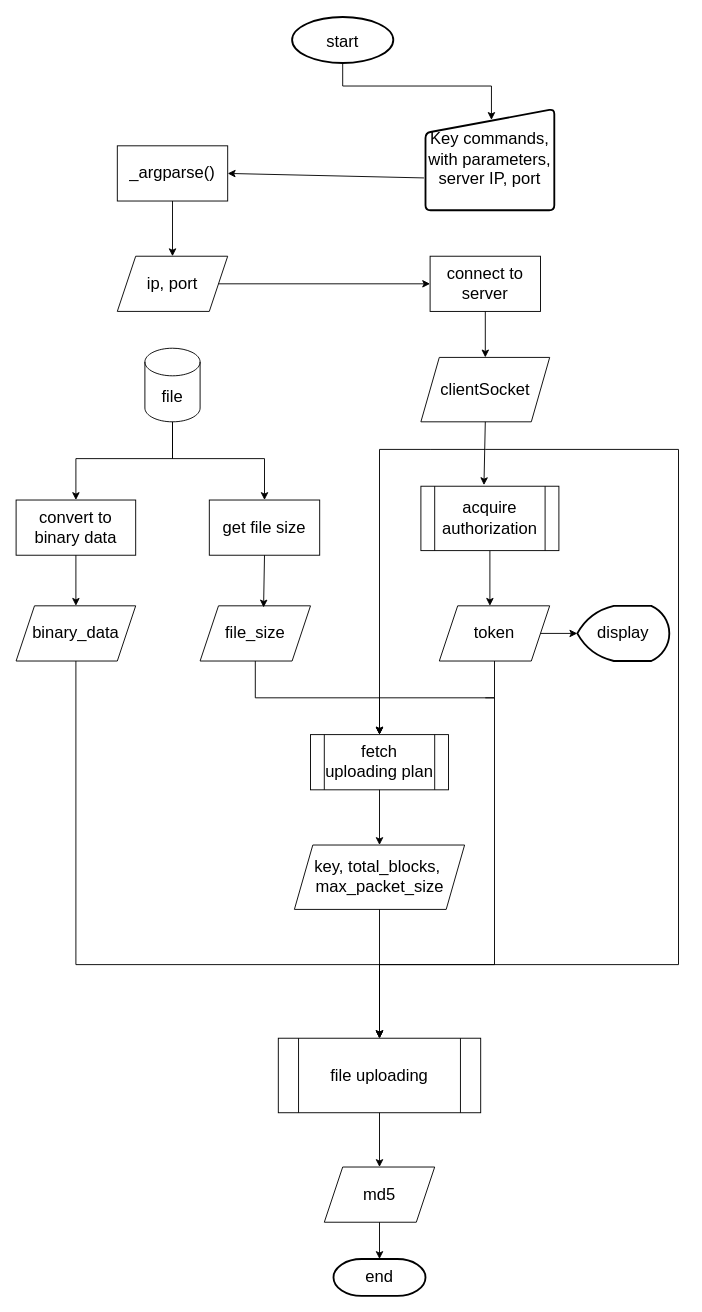
1102131860/CAN201 keeps this draw.io diagram as page "main" (2 of 3) of Untitled Diagram.drawio. Above is the earlier version. Source tidied: cells renumbered, new cells numbered last; positions are measured from the earlier drawing's top-left corner, leaving out a move shared by most shapes. Both pictures are drawn from the tidied source at 92%, with x=0, y=0 at pixel (16, 17).
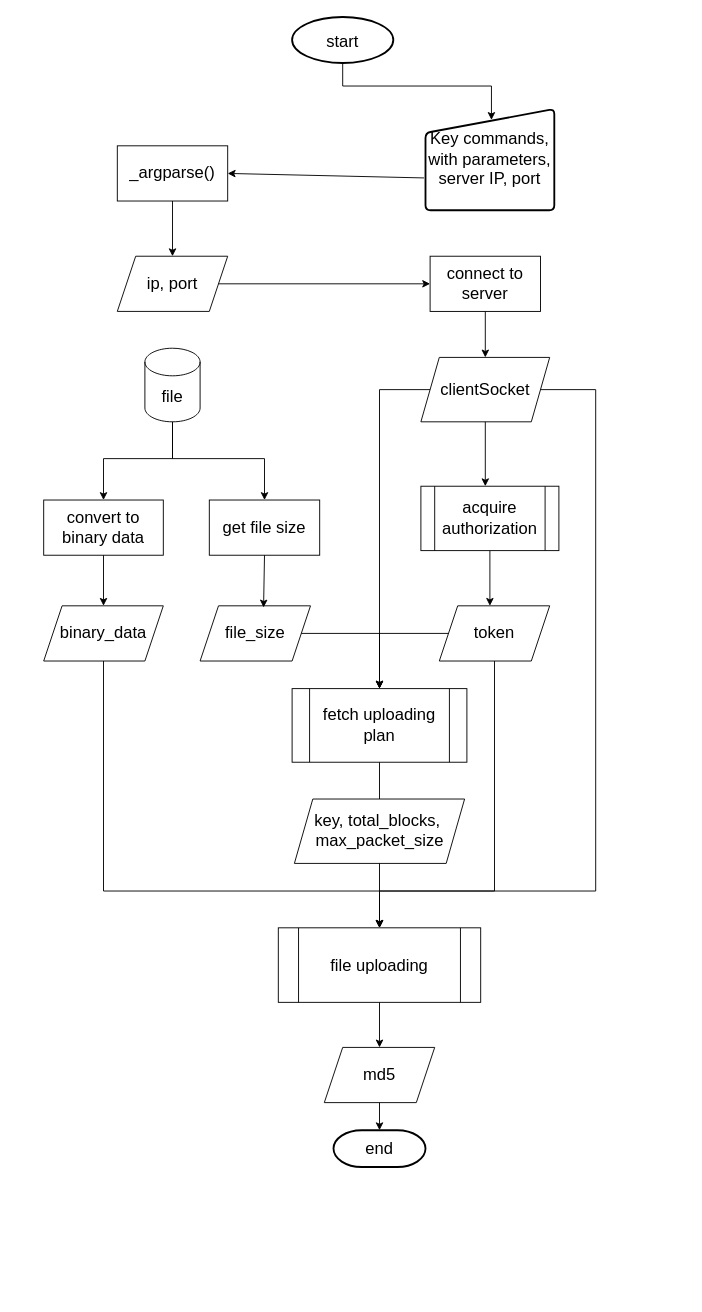
The same diagram, later.

The change refers to these unchanged cells:
```xml
<mxCell id="5" value="acquire authorization" style="shape=process;whiteSpace=wrap;html=1;backgroundOutline=1;fontSize=18;" parent="1" vertex="1">
  <mxGeometry x="440" y="510" width="150" height="70" as="geometry" />
</mxCell>
<mxCell id="6" value="token" style="shape=parallelogram;perimeter=parallelogramPerimeter;whiteSpace=wrap;html=1;fixedSize=1;fontSize=18;" parent="1" vertex="1">
  <mxGeometry x="460" y="640" width="120" height="60" as="geometry" />
</mxCell>
<mxCell id="8" value="file_size" style="shape=parallelogram;perimeter=parallelogramPerimeter;whiteSpace=wrap;html=1;fixedSize=1;fontSize=18;" parent="1" vertex="1">
  <mxGeometry x="200" y="640" width="120" height="60" as="geometry" />
</mxCell>
<mxCell id="9" value="file" style="shape=cylinder3;whiteSpace=wrap;html=1;boundedLbl=1;backgroundOutline=1;size=15;fontSize=18;" parent="1" vertex="1">
  <mxGeometry x="140" y="360" width="60" height="80" as="geometry" />
</mxCell>
<mxCell id="14" value="clientSocket" style="shape=parallelogram;perimeter=parallelogramPerimeter;whiteSpace=wrap;html=1;fixedSize=1;fontSize=18;" parent="1" vertex="1">
  <mxGeometry x="440" y="370" width="140" height="70" as="geometry" />
</mxCell>
```

What changed in the source:
```diff
@@
     <mxCell id="7" value="fetch uploading plan" style="shape=process;whiteSpace=wrap;html=1;backgroundOutline=1;fontSize=18;" parent="1" vertex="1">
-      <mxGeometry x="320" y="780" width="150" height="60" as="geometry" />
+      <mxGeometry x="300" y="730" width="190" height="80" as="geometry" />
     </mxCell>
@@
-    <mxCell id="12" style="endArrow=classic;html=1;rounded=0;fontSize=18;exitX=0.5;exitY=1;exitDx=0;exitDy=0;entryX=0.5;entryY=0;entryDx=0;entryDy=0;edgeStyle=orthogonalEdgeStyle;" parent="1" edge="1" source="8" target="7">
-      <mxGeometry relative="1" as="geometry" />
+    <mxCell id="12" style="endArrow=classic;html=1;rounded=0;fontSize=18;exitX=1;exitY=0.5;exitDx=0;exitDy=0;entryX=0.5;entryY=0;entryDx=0;entryDy=0;edgeStyle=orthogonalEdgeStyle;" parent="1" edge="1" source="8" target="7">
+      <mxGeometry relative="1" as="geometry">
+        <Array as="points">
+          <mxPoint x="395" y="670" />
+        </Array>
+      </mxGeometry>
     </mxCell>
-    <mxCell id="13" style="endArrow=classic;html=1;rounded=0;fontSize=18;exitX=0.5;exitY=1;exitDx=0;exitDy=0;entryX=0.5;entryY=0;entryDx=0;entryDy=0;edgeStyle=orthogonalEdgeStyle;" parent="1" edge="1" source="6" target="7">
+    <mxCell id="13" style="endArrow=classic;html=1;rounded=0;fontSize=18;exitX=0;exitY=0.5;exitDx=0;exitDy=0;entryX=0.5;entryY=0;entryDx=0;entryDy=0;edgeStyle=orthogonalEdgeStyle;" parent="1" edge="1" source="6" target="7">
       <mxGeometry relative="1" as="geometry">
         <Array as="points">
-          <mxPoint x="520" y="700" />
-          <mxPoint x="520" y="740" />
-          <mxPoint x="395" y="740" />
+          <mxPoint x="395" y="670" />
         </Array>
       </mxGeometry>
     </mxCell>
@@
-    <mxCell id="15" style="endArrow=classic;html=1;rounded=0;fontSize=18;exitX=0.5;exitY=1;exitDx=0;exitDy=0;entryX=0.457;entryY=-0.017;entryDx=0;entryDy=0;entryPerimeter=0;" parent="1" edge="1" source="14" target="5">
-      <mxGeometry relative="1" as="geometry" />
+    <mxCell id="15" style="endArrow=classic;html=1;rounded=0;fontSize=18;exitX=0.5;exitY=1;exitDx=0;exitDy=0;" parent="1" edge="1" source="14">
+      <mxGeometry relative="1" as="geometry">
+        <mxPoint x="510" y="510" as="targetPoint" />
+      </mxGeometry>
     </mxCell>
-    <mxCell id="16" style="endArrow=classic;html=1;rounded=0;fontSize=18;exitX=0.5;exitY=1;exitDx=0;exitDy=0;" parent="1" edge="1" source="7">
-      <mxGeometry relative="1" as="geometry">
-        <mxPoint x="395" y="900" as="targetPoint" />
-      </mxGeometry>
-    </mxCell>
-    <mxCell id="17" value="key, total_blocks,&amp;nbsp; max_packet_size" style="shape=parallelogram;perimeter=parallelogramPerimeter;whiteSpace=wrap;html=1;fixedSize=1;fontSize=18;" parent="1" vertex="1">
-      <mxGeometry x="302.5" y="900" width="185" height="70" as="geometry" />
-    </mxCell>
     <mxCell id="18" value="convert to binary data" style="rounded=0;whiteSpace=wrap;html=1;fontSize=18;" parent="1" vertex="1">
-      <mxGeometry y="525" width="130" height="60" as="geometry" />
+      <mxGeometry x="30" y="525" width="130" height="60" as="geometry" />
     </mxCell>
     <mxCell id="19" value="binary_data" style="shape=parallelogram;perimeter=parallelogramPerimeter;whiteSpace=wrap;html=1;fixedSize=1;fontSize=18;" parent="1" vertex="1">
-      <mxGeometry y="640" width="130" height="60" as="geometry" />
+      <mxGeometry x="30" y="640" width="130" height="60" as="geometry" />
     </mxCell>
-    <mxCell id="20" style="endArrow=classic;html=1;rounded=0;fontSize=18;exitX=0.5;exitY=1;exitDx=0;exitDy=0;" parent="1" edge="1" source="18">
-      <mxGeometry relative="1" as="geometry">
-        <mxPoint x="65" y="640" as="targetPoint" />
-      </mxGeometry>
+    <mxCell id="20" style="endArrow=classic;html=1;rounded=0;fontSize=18;exitX=0.5;exitY=1;exitDx=0;exitDy=0;entryX=0.5;entryY=0;entryDx=0;entryDy=0;" parent="1" edge="1" source="18" target="19">
+      <mxGeometry relative="1" as="geometry" />
     </mxCell>
@@
-    <mxCell id="29" style="endArrow=classic;html=1;rounded=0;fontSize=18;entryX=0.5;entryY=0;entryDx=0;entryDy=0;edgeStyle=orthogonalEdgeStyle;" parent="1" edge="1" target="7">
+    <mxCell id="29" style="endArrow=classic;html=1;rounded=0;fontSize=18;entryX=0.5;entryY=0;entryDx=0;entryDy=0;edgeStyle=orthogonalEdgeStyle;exitX=0;exitY=0.5;exitDx=0;exitDy=0;" parent="1" edge="1" source="14" target="7">
       <mxGeometry relative="1" as="geometry">
-        <mxPoint x="510" y="470" as="sourcePoint" />
         <Array as="points">
-          <mxPoint x="450" y="470" />
-          <mxPoint x="395" y="470" />
+          <mxPoint x="395" y="405" />
         </Array>
       </mxGeometry>
     </mxCell>
     <mxCell id="30" value="file uploading" style="shape=process;whiteSpace=wrap;html=1;backgroundOutline=1;fontSize=18;" parent="1" vertex="1">
-      <mxGeometry x="285" y="1110" width="220" height="81" as="geometry" />
+      <mxGeometry x="285" y="990" width="220" height="81" as="geometry" />
     </mxCell>
-    <mxCell id="31" style="endArrow=classic;html=1;rounded=0;fontSize=18;exitX=0.5;exitY=1;exitDx=0;exitDy=0;entryX=0.5;entryY=0;entryDx=0;entryDy=0;edgeStyle=orthogonalEdgeStyle;" parent="1" edge="1" source="19" target="30">
-      <mxGeometry relative="1" as="geometry">
-        <Array as="points">
-          <mxPoint x="65" y="1030" />
-          <mxPoint x="395" y="1030" />
-        </Array>
-      </mxGeometry>
-    </mxCell>
-    <mxCell id="32" style="endArrow=classic;html=1;rounded=0;fontSize=18;exitX=0.5;exitY=1;exitDx=0;exitDy=0;edgeStyle=orthogonalEdgeStyle;entryX=0.5;entryY=0;entryDx=0;entryDy=0;" parent="1" edge="1" source="17" target="30">
-      <mxGeometry relative="1" as="geometry" />
-    </mxCell>
-    <mxCell id="33" style="endArrow=classic;html=1;rounded=0;fontSize=18;entryX=0.5;entryY=0;entryDx=0;entryDy=0;edgeStyle=orthogonalEdgeStyle;" parent="1" edge="1" target="30">
-      <mxGeometry relative="1" as="geometry">
-        <mxPoint x="510" y="740" as="sourcePoint" />
-        <Array as="points">
-          <mxPoint x="520" y="740" />
-          <mxPoint x="520" y="1030" />
-          <mxPoint x="395" y="1030" />
-        </Array>
-      </mxGeometry>
-    </mxCell>
-    <mxCell id="34" style="endArrow=classic;html=1;rounded=0;fontSize=18;entryX=0.5;entryY=0;entryDx=0;entryDy=0;edgeStyle=orthogonalEdgeStyle;" parent="1" edge="1" target="30">
-      <mxGeometry relative="1" as="geometry">
-        <mxPoint x="510" y="470" as="sourcePoint" />
-        <Array as="points">
-          <mxPoint x="720" y="470" />
-          <mxPoint x="720" y="1030" />
-          <mxPoint x="395" y="1030" />
-        </Array>
-      </mxGeometry>
-    </mxCell>
     <mxCell id="35" style="endArrow=classic;html=1;rounded=0;fontSize=18;exitX=0.5;exitY=1;exitDx=0;exitDy=0;exitPerimeter=0;entryX=0.5;entryY=0;entryDx=0;entryDy=0;edgeStyle=orthogonalEdgeStyle;" parent="1" edge="1" source="9" target="18">
       <mxGeometry relative="1" as="geometry">
         <Array as="points">
           <mxPoint x="170" y="480" />
-          <mxPoint x="65" y="480" />
+          <mxPoint x="95" y="480" />
         </Array>
       </mxGeometry>
     </mxCell>
@@
     <mxCell id="38" value="md5" style="shape=parallelogram;perimeter=parallelogramPerimeter;whiteSpace=wrap;html=1;fixedSize=1;fontSize=18;" parent="1" vertex="1">
-      <mxGeometry x="335" y="1250" width="120" height="60" as="geometry" />
+      <mxGeometry x="335" y="1120" width="120" height="60" as="geometry" />
     </mxCell>
     <mxCell id="39" value="end" style="strokeWidth=2;html=1;shape=mxgraph.flowchart.terminator;whiteSpace=wrap;fontSize=18;" parent="1" vertex="1">
-      <mxGeometry x="345" y="1350" width="100" height="40" as="geometry" />
+      <mxGeometry x="345" y="1210" width="100" height="40" as="geometry" />
     </mxCell>
@@
-    <mxCell id="41" value="display" style="strokeWidth=2;html=1;shape=mxgraph.flowchart.display;whiteSpace=wrap;fontSize=18;" parent="1" vertex="1">
-      <mxGeometry x="610" y="640" width="100" height="60" as="geometry" />
-    </mxCell>
-    <mxCell id="42" style="endArrow=classic;html=1;rounded=0;fontSize=18;exitX=1;exitY=0.5;exitDx=0;exitDy=0;entryX=0;entryY=0.5;entryDx=0;entryDy=0;entryPerimeter=0;" parent="1" edge="1" source="6" target="41">
-      <mxGeometry relative="1" as="geometry" />
-    </mxCell>
+    <mxCell id="43" style="endArrow=none;html=1;rounded=0;fontSize=18;exitX=0.5;exitY=1;exitDx=0;exitDy=0;" parent="1" edge="1" source="7">
+      <mxGeometry relative="1" as="geometry">
+        <mxPoint x="395" y="850" as="targetPoint" />
+      </mxGeometry>
+    </mxCell>
+    <mxCell id="17" value="key, total_blocks,&amp;nbsp; max_packet_size" style="shape=parallelogram;perimeter=parallelogramPerimeter;whiteSpace=wrap;html=1;fixedSize=1;fontSize=18;" parent="1" vertex="1">
+      <mxGeometry x="302.5" y="850" width="185" height="70" as="geometry" />
+    </mxCell>
+    <mxCell id="31" style="endArrow=classic;html=1;rounded=0;fontSize=18;exitX=0.5;exitY=1;exitDx=0;exitDy=0;entryX=0.5;entryY=0;entryDx=0;entryDy=0;edgeStyle=orthogonalEdgeStyle;" parent="1" edge="1" source="19" target="30">
+      <mxGeometry relative="1" as="geometry">
+        <Array as="points">
+          <mxPoint x="95" y="950" />
+          <mxPoint x="395" y="950" />
+        </Array>
+      </mxGeometry>
+    </mxCell>
+    <mxCell id="32" style="endArrow=classic;html=1;rounded=0;fontSize=18;exitX=0.5;exitY=1;exitDx=0;exitDy=0;entryX=0.5;entryY=0;entryDx=0;entryDy=0;" parent="1" edge="1" source="17" target="30">
+      <mxGeometry relative="1" as="geometry" />
+    </mxCell>
+    <mxCell id="44" style="endArrow=classic;html=1;rounded=0;fontSize=18;entryX=0.5;entryY=0;entryDx=0;entryDy=0;exitX=0.5;exitY=1;exitDx=0;exitDy=0;edgeStyle=orthogonalEdgeStyle;" parent="1" edge="1" source="6" target="30">
+      <mxGeometry relative="1" as="geometry">
+        <Array as="points">
+          <mxPoint x="520" y="950" />
+          <mxPoint x="395" y="950" />
+        </Array>
+      </mxGeometry>
+    </mxCell>
+    <mxCell id="45" style="endArrow=classic;html=1;rounded=0;fontSize=18;exitX=1;exitY=0.5;exitDx=0;exitDy=0;entryX=0.5;entryY=0;entryDx=0;entryDy=0;edgeStyle=orthogonalEdgeStyle;elbow=vertical;" parent="1" edge="1" source="14" target="30">
+      <mxGeometry relative="1" as="geometry">
+        <Array as="points">
+          <mxPoint x="630" y="405" />
+          <mxPoint x="630" y="950" />
+          <mxPoint x="395" y="950" />
+        </Array>
+      </mxGeometry>
+    </mxCell>
```
